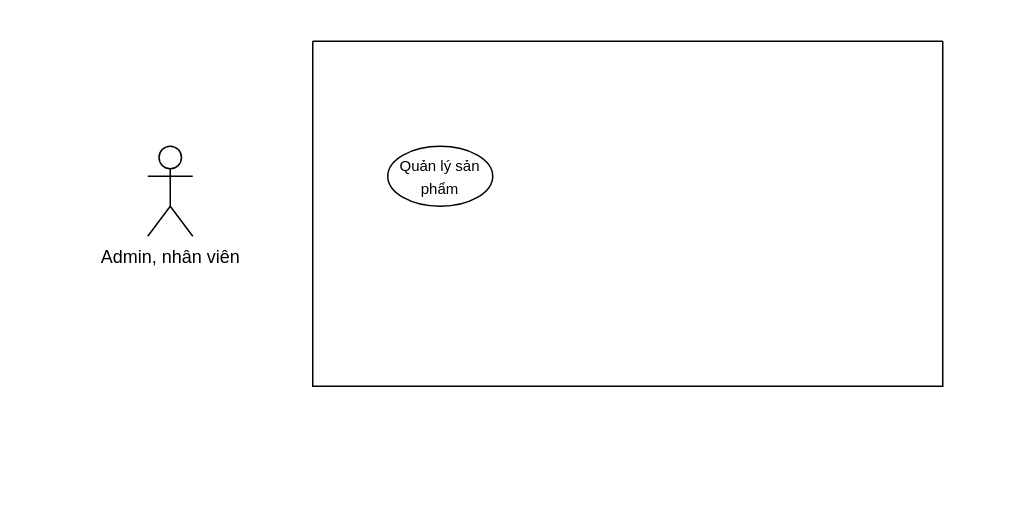
Above: page "Page-12" (12 of 14) of shitttt.drawio in Ly-Tien-Dat/doantt (draw.io), before the change. Source tidied: cells renumbered, new cells numbered last; positions are measured from the earlier drawing's top-left corner, leaving out a move shared by most shapes. Both pictures are drawn from the tidied source at 150%, with x=0, y=0 at pixel (147, 40).
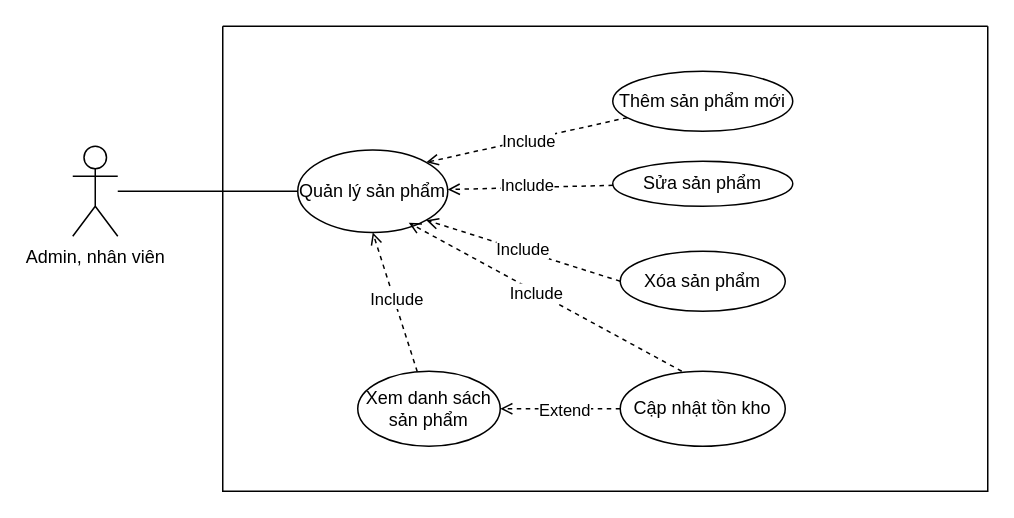
Above is the later version.

Diff of the diagram source:
```diff
@@
+    <mxCell id="5" style="edgeStyle=none;rounded=0;jettySize=auto;html=1;entryX=0;entryY=0.5;entryDx=0;entryDy=0;endArrow=none;startFill=0;" parent="1" edge="1" source="2" target="3">
+      <mxGeometry relative="1" as="geometry" />
+    </mxCell>
     <mxCell id="2" value="Admin, nhân viên" style="shape=umlActor;verticalLabelPosition=bottom;verticalAlign=top;html=1;outlineConnect=0;" parent="1" vertex="1">
-      <mxGeometry y="70" width="30" height="60" as="geometry" />
+      <mxGeometry x="-50" y="70" width="30" height="60" as="geometry" />
     </mxCell>
+    <mxCell id="4" style="swimlane;startSize=0;" parent="1" vertex="1">
+      <mxGeometry x="50" y="-10" width="510" height="310" as="geometry" />
+    </mxCell>
+    <mxCell id="6" value="&lt;font&gt;Thêm sản phẩm mới&lt;/font&gt;" style="ellipse;whiteSpace=wrap;html=1;" parent="4" vertex="1">
+      <mxGeometry x="260" y="30" width="120" height="40" as="geometry" />
+    </mxCell>
+    <mxCell id="7" style="edgeStyle=none;rounded=0;jettySize=auto;html=1;dashed=1;endArrow=open;endFill=0;" parent="4" edge="1" source="9" target="3">
+      <mxGeometry relative="1" as="geometry" />
+    </mxCell>
+    <mxCell id="8" value="Include" style="edgeLabel;html=1;align=center;verticalAlign=middle;" parent="7" vertex="1">
+      <mxGeometry x="0.05" y="-2" relative="1" as="geometry" />
+    </mxCell>
+    <mxCell id="9" value="Sửa sản phẩm" style="ellipse;whiteSpace=wrap;html=1;" parent="4" vertex="1">
+      <mxGeometry x="260" y="90" width="120" height="30" as="geometry" />
+    </mxCell>
+    <mxCell id="10" style="edgeStyle=none;rounded=0;jettySize=auto;html=1;exitX=0;exitY=0.5;exitDx=0;exitDy=0;entryX=1;entryY=1;entryDx=0;entryDy=0;dashed=1;endArrow=open;endFill=0;" parent="4" edge="1" source="12" target="3">
+      <mxGeometry relative="1" as="geometry" />
+    </mxCell>
+    <mxCell id="11" value="Include" style="edgeLabel;html=1;align=center;verticalAlign=middle;" parent="10" vertex="1">
+      <mxGeometry x="0.02" y="-1" relative="1" as="geometry" />
+    </mxCell>
+    <mxCell id="12" value="Xóa sản phẩm" style="ellipse;whiteSpace=wrap;html=1;" parent="4" vertex="1">
+      <mxGeometry x="265" y="150" width="110" height="40" as="geometry" />
+    </mxCell>
-    <mxCell id="3" value="&lt;font style=&quot;font-size: 10px;&quot;&gt;Quản lý sản phẩm&lt;/font&gt;" style="ellipse;whiteSpace=wrap;html=1;" parent="1" vertex="1">
-      <mxGeometry x="160" y="70" width="70" height="40" as="geometry" />
+    <mxCell id="3" value="&lt;font&gt;Quản lý sản phẩm&lt;/font&gt;" style="ellipse;whiteSpace=wrap;html=1;" parent="4" vertex="1">
+      <mxGeometry x="50" y="82.5" width="100" height="55" as="geometry" />
     </mxCell>
-    <mxCell id="4" style="swimlane;startSize=0;" parent="1" vertex="1">
-      <mxGeometry x="110" width="420" height="230" as="geometry" />
-    </mxCell>
+    <mxCell id="13" style="edgeStyle=none;rounded=0;jettySize=auto;html=1;entryX=1;entryY=0;entryDx=0;entryDy=0;endArrow=open;endFill=0;dashed=1;" parent="4" edge="1" source="6" target="3">
+      <mxGeometry relative="1" as="geometry" />
+    </mxCell>
+    <mxCell id="14" value="Include" style="edgeLabel;html=1;align=center;verticalAlign=middle;" parent="13" vertex="1">
+      <mxGeometry x="-0.01" y="1" relative="1" as="geometry" />
+    </mxCell>
+    <mxCell id="15" style="edgeStyle=none;rounded=0;jettySize=auto;html=1;entryX=0.5;entryY=1;entryDx=0;entryDy=0;dashed=1;endArrow=open;endFill=0;" parent="4" edge="1" source="17" target="3">
+      <mxGeometry relative="1" as="geometry" />
+    </mxCell>
+    <mxCell id="16" value="Include" style="edgeLabel;html=1;align=center;verticalAlign=middle;" parent="15" vertex="1">
+      <mxGeometry x="0.05" y="-1" relative="1" as="geometry" />
+    </mxCell>
+    <mxCell id="17" value="Xem danh sách sản phẩm" style="ellipse;whiteSpace=wrap;html=1;" parent="4" vertex="1">
+      <mxGeometry x="90" y="230" width="95" height="50" as="geometry" />
+    </mxCell>
+    <mxCell id="18" style="edgeStyle=none;rounded=0;orthogonalLoop=1;jettySize=auto;html=1;entryX=0.777;entryY=0.988;entryDx=0;entryDy=0;endArrow=open;endFill=0;dashed=1;entryPerimeter=0;" parent="4" edge="1">
+      <mxGeometry relative="1" as="geometry">
+        <mxPoint x="306" y="230" as="sourcePoint" />
+        <mxPoint x="124" y="131" as="targetPoint" />
+      </mxGeometry>
+    </mxCell>
+    <mxCell id="19" value="Include" style="edgeLabel;html=1;align=center;verticalAlign=middle;" parent="18" vertex="1">
+      <mxGeometry x="0.07" y="1" relative="1" as="geometry" />
+    </mxCell>
+    <mxCell id="20" style="edgeStyle=none;rounded=0;jettySize=auto;html=1;exitX=0;exitY=0.5;exitDx=0;exitDy=0;entryX=1;entryY=0.5;entryDx=0;entryDy=0;dashed=1;endArrow=open;endFill=0;" parent="4" edge="1" source="22" target="17">
+      <mxGeometry relative="1" as="geometry" />
+    </mxCell>
+    <mxCell id="21" value="Extend" style="edgeLabel;html=1;align=center;verticalAlign=middle;" parent="20" vertex="1">
+      <mxGeometry x="-0.05" relative="1" as="geometry" />
+    </mxCell>
+    <mxCell id="22" value="Cập nhật tồn kho" style="ellipse;whiteSpace=wrap;html=1;" parent="4" vertex="1">
+      <mxGeometry x="265" y="230" width="110" height="50" as="geometry" />
+    </mxCell>
```
